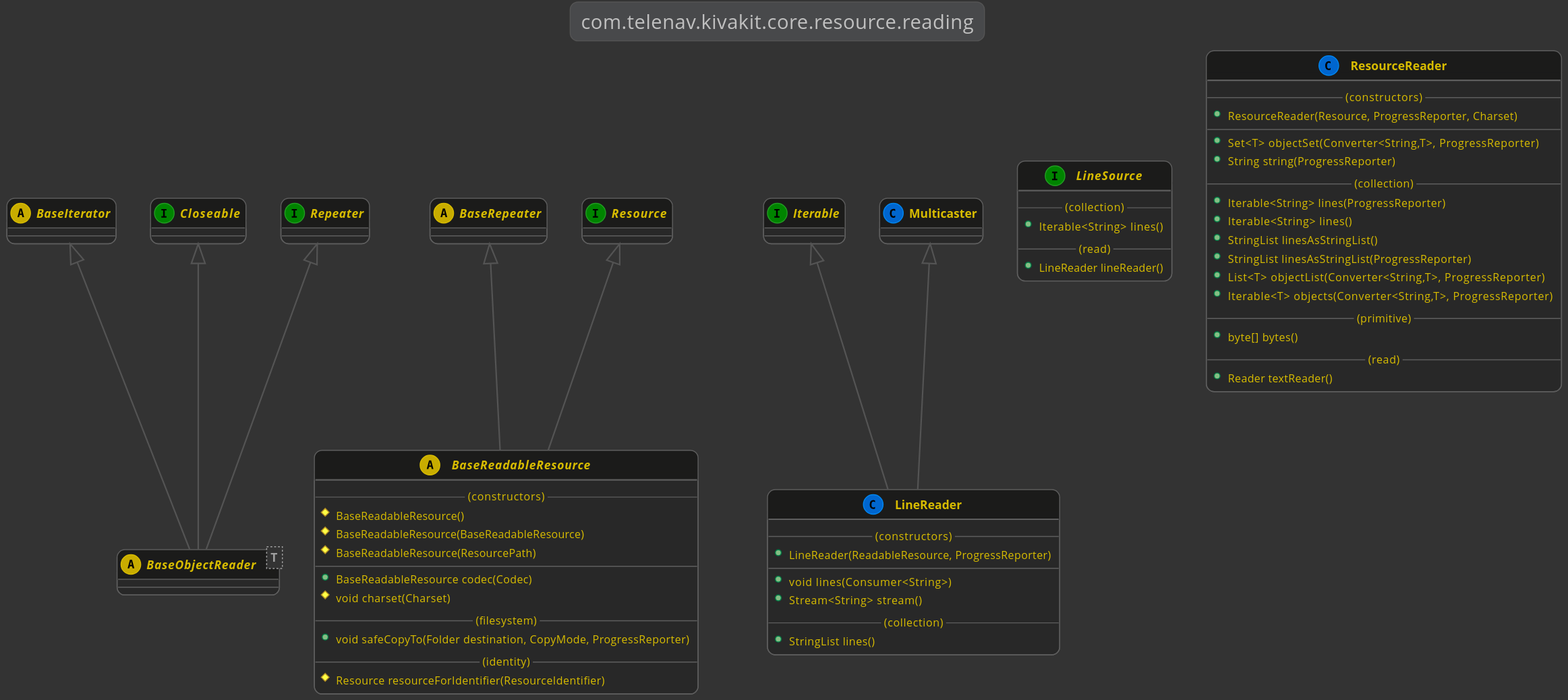
This is kivakit-core/resource/documentation/diagrams/com.telenav.kivakit.core.resource.reading.svg from Telenav/kivakit, a PlantUML export, as it was before one commit. The source it was exported from:
```plantuml
@startuml

    !include ../lexakai.theme

    title "com.telenav.kivakit.core.resource.reading"

    abstract BaseIterator
    abstract BaseRepeater

    interface Iterable
    interface Closeable
    interface Resource
    interface Repeater

    BaseIterator <|-- BaseObjectReader
    Repeater <|-- BaseObjectReader
    Closeable <|-- BaseObjectReader
    abstract class BaseObjectReader<T>
    {
    }

    BaseRepeater <|-- BaseReadableResource
    Resource <|-- BaseReadableResource
    abstract class BaseReadableResource
    {
        --(constructors)--
        #BaseReadableResource()
        #BaseReadableResource(BaseReadableResource)
        #BaseReadableResource(ResourcePath)
        --
        +BaseReadableResource codec(Codec)
        #void charset(Charset)
        --(filesystem)--
        +void safeCopyTo(Folder destination, CopyMode, ProgressReporter)
        --(identity)--
        #Resource resourceForIdentifier(ResourceIdentifier)
    }

    Multicaster <|-- LineReader
    Iterable <|-- LineReader
    class LineReader
    {
        --(constructors)--
        +LineReader(ReadableResource, ProgressReporter)
        --
        +void lines(Consumer<String>)
        +Stream<String> stream()
        --(collection)--
        +StringList lines()
    }

    interface LineSource
    {
        --(collection)--
        +Iterable<String> lines()
        --(read)--
        +LineReader lineReader()
    }

    class ResourceReader
    {
        --(constructors)--
        +ResourceReader(Resource, ProgressReporter, Charset)
        --
        +Set<T> objectSet(Converter<String,T>, ProgressReporter)
        +String string(ProgressReporter)
        --(collection)--
        +Iterable<String> lines(ProgressReporter)
        +Iterable<String> lines()
        +StringList linesAsStringList()
        +StringList linesAsStringList(ProgressReporter)
        +List<T> objectList(Converter<String,T>, ProgressReporter)
        +Iterable<T> objects(Converter<String,T>, ProgressReporter)
        --(primitive)--
        +byte[] bytes()
        --(read)--
        +Reader textReader()
    }

@enduml
```
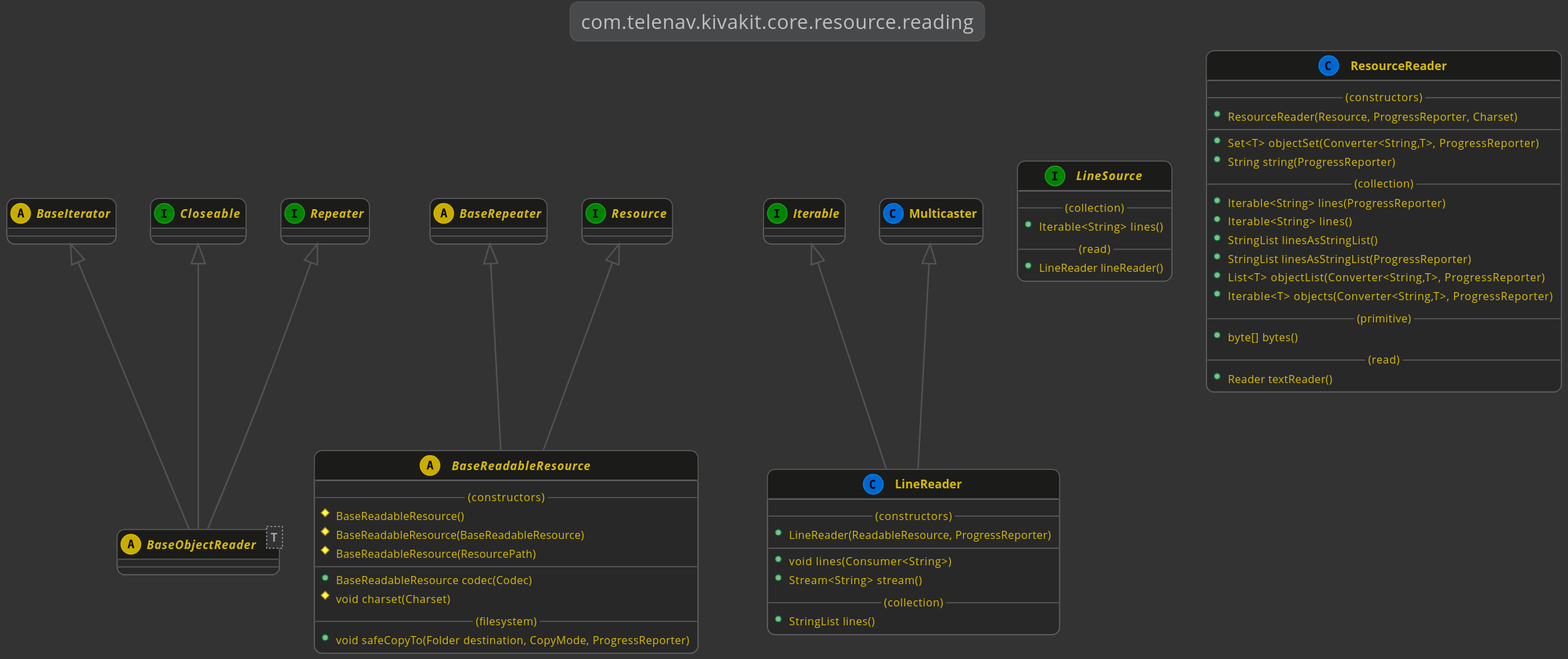
The same file after the commit.

Diff of the diagram source:
```diff
@@ -32,8 +32,6 @@
         #void charset(Charset)
         --(filesystem)--
         +void safeCopyTo(Folder destination, CopyMode, ProgressReporter)
-        --(identity)--
-        #Resource resourceForIdentifier(ResourceIdentifier)
     }
 
     Multicaster <|-- LineReader
```
